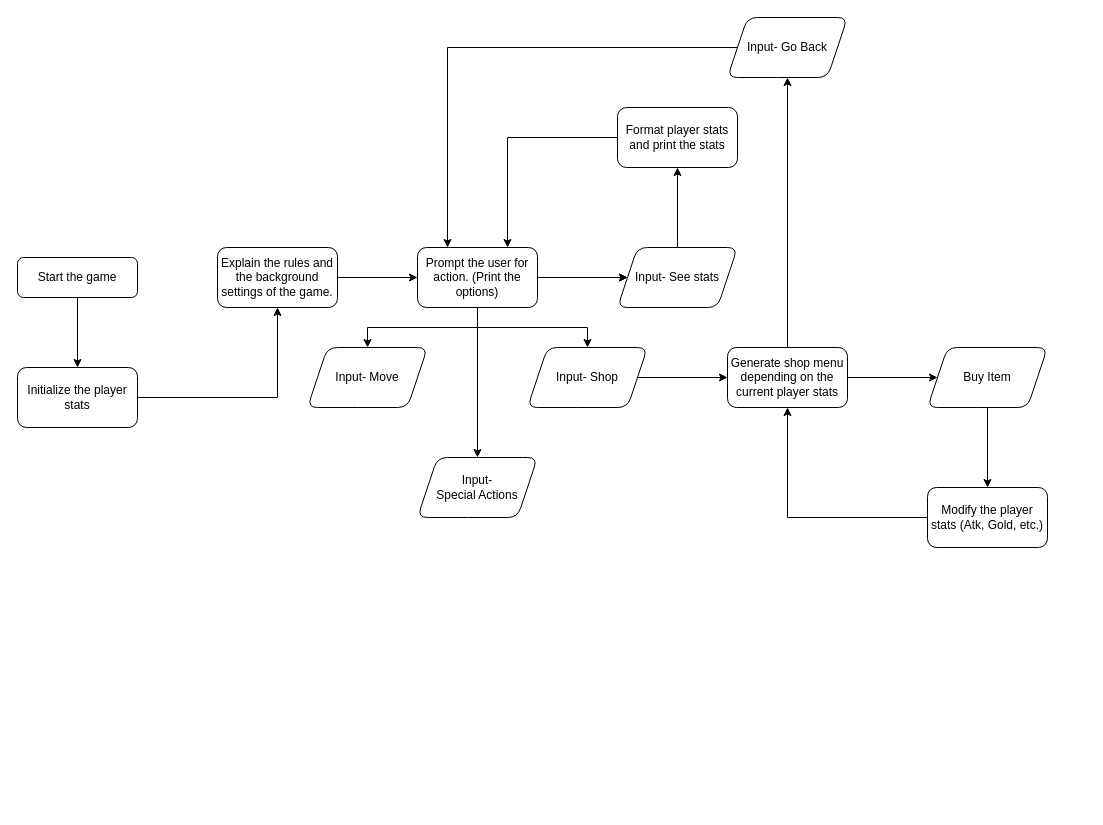
Above: 제목 없는 다이어그램.drawio in EukkMaru/hello-world (draw.io), before the change. Source tidied: cells renumbered, new cells numbered last; positions are measured from the earlier drawing's top-left corner, leaving out a move shared by most shapes. Both pictures are drawn from the tidied source at 100%, with x=0, y=0 at pixel (17, 17).
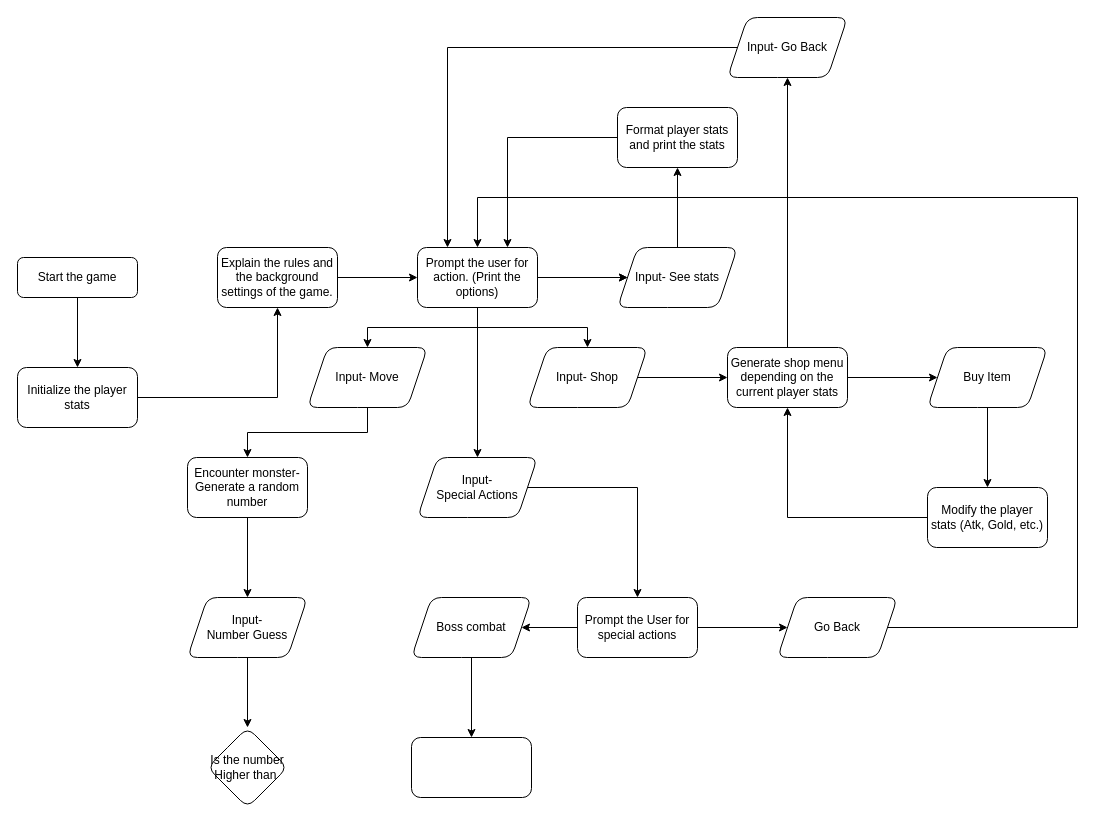
The same page after the edit.

Commit message (it also covers changes not shown here):
제목 없는 다이어그램.drawio 업데이트

The change refers to these unchanged cells:
```xml
<mxCell id="12" value="Prompt the user for action. (Print the options)" style="whiteSpace=wrap;html=1;rounded=1;glass=0;strokeWidth=1;shadow=0;" parent="1" vertex="1">
  <mxGeometry x="400" y="230" width="120" height="60" as="geometry" />
</mxCell>
<mxCell id="13" value="Input- Move" style="shape=parallelogram;perimeter=parallelogramPerimeter;whiteSpace=wrap;html=1;fixedSize=1;rounded=1;glass=0;strokeWidth=1;shadow=0;" parent="1" vertex="1">
  <mxGeometry x="290" y="330" width="120" height="60" as="geometry" />
</mxCell>
<mxCell id="18" value="Input- &lt;br&gt;Special Actions" style="shape=parallelogram;perimeter=parallelogramPerimeter;whiteSpace=wrap;html=1;fixedSize=1;rounded=1;glass=0;strokeWidth=1;shadow=0;" parent="1" vertex="1">
  <mxGeometry x="400" y="440" width="120" height="60" as="geometry" />
</mxCell>
```

Diff of the diagram source:
```diff
@@
+    <mxCell id="31" style="edgeStyle=orthogonalEdgeStyle;rounded=0;jettySize=auto;html=1;" parent="1" edge="1" source="13" target="42">
+      <mxGeometry relative="1" as="geometry" />
+    </mxCell>
@@
+    <mxCell id="32" style="edgeStyle=orthogonalEdgeStyle;rounded=0;jettySize=auto;html=1;" parent="1" edge="1" source="18" target="35">
+      <mxGeometry relative="1" as="geometry" />
+    </mxCell>
@@
+    <mxCell id="33" style="edgeStyle=orthogonalEdgeStyle;rounded=0;jettySize=auto;html=1;" parent="1" edge="1" source="35" target="37">
+      <mxGeometry relative="1" as="geometry" />
+    </mxCell>
+    <mxCell id="34" style="edgeStyle=orthogonalEdgeStyle;rounded=0;jettySize=auto;html=1;" parent="1" edge="1" source="35" target="40">
+      <mxGeometry relative="1" as="geometry" />
+    </mxCell>
+    <mxCell id="35" value="Prompt the User for special actions" style="whiteSpace=wrap;html=1;rounded=1;glass=0;strokeWidth=1;shadow=0;" parent="1" vertex="1">
+      <mxGeometry x="560" y="580" width="120" height="60" as="geometry" />
+    </mxCell>
+    <mxCell id="36" style="edgeStyle=orthogonalEdgeStyle;rounded=0;jettySize=auto;html=1;" parent="1" edge="1" source="37" target="38">
+      <mxGeometry relative="1" as="geometry" />
+    </mxCell>
+    <mxCell id="37" value="Boss combat" style="shape=parallelogram;perimeter=parallelogramPerimeter;whiteSpace=wrap;html=1;fixedSize=1;rounded=1;glass=0;strokeWidth=1;shadow=0;" parent="1" vertex="1">
+      <mxGeometry x="394" y="580" width="120" height="60" as="geometry" />
+    </mxCell>
+    <mxCell id="38" style="whiteSpace=wrap;html=1;rounded=1;glass=0;strokeWidth=1;shadow=0;" parent="1" vertex="1">
+      <mxGeometry x="394" y="720" width="120" height="60" as="geometry" />
+    </mxCell>
+    <mxCell id="39" style="edgeStyle=orthogonalEdgeStyle;rounded=0;jettySize=auto;html=1;entryX=0.5;entryY=0;entryDx=0;entryDy=0;" parent="1" edge="1" source="40" target="12">
+      <mxGeometry relative="1" as="geometry">
+        <Array as="points">
+          <mxPoint x="1060" y="610" />
+          <mxPoint x="1060" y="180" />
+          <mxPoint x="460" y="180" />
+        </Array>
+      </mxGeometry>
+    </mxCell>
+    <mxCell id="40" value="Go Back" style="shape=parallelogram;perimeter=parallelogramPerimeter;whiteSpace=wrap;html=1;fixedSize=1;rounded=1;glass=0;strokeWidth=1;shadow=0;" parent="1" vertex="1">
+      <mxGeometry x="760" y="580" width="120" height="60" as="geometry" />
+    </mxCell>
+    <mxCell id="41" style="edgeStyle=orthogonalEdgeStyle;rounded=0;jettySize=auto;html=1;" parent="1" edge="1" source="42" target="44">
+      <mxGeometry relative="1" as="geometry" />
+    </mxCell>
+    <mxCell id="42" value="Encounter monster- Generate a random number" style="whiteSpace=wrap;html=1;rounded=1;glass=0;strokeWidth=1;shadow=0;" parent="1" vertex="1">
+      <mxGeometry x="170" y="440" width="120" height="60" as="geometry" />
+    </mxCell>
+    <mxCell id="43" style="edgeStyle=orthogonalEdgeStyle;rounded=0;jettySize=auto;html=1;" parent="1" edge="1" source="44" target="45">
+      <mxGeometry relative="1" as="geometry" />
+    </mxCell>
+    <mxCell id="44" value="Input-&lt;br&gt;Number Guess" style="shape=parallelogram;perimeter=parallelogramPerimeter;whiteSpace=wrap;html=1;fixedSize=1;rounded=1;glass=0;strokeWidth=1;shadow=0;" parent="1" vertex="1">
+      <mxGeometry x="170" y="580" width="120" height="60" as="geometry" />
+    </mxCell>
+    <mxCell id="45" value="Is the number Higher than&amp;nbsp;" style="rhombus;whiteSpace=wrap;html=1;rounded=1;glass=0;strokeWidth=1;shadow=0;" parent="1" vertex="1">
+      <mxGeometry x="190" y="710" width="80" height="80" as="geometry" />
+    </mxCell>
```
